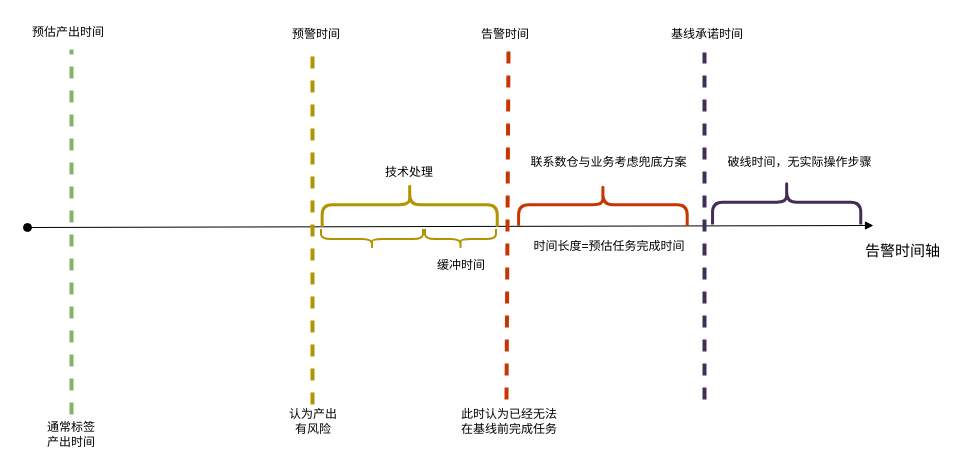
This is 离线标签基线告警图.drawio from 1418956397/JavaWeb-Project-Source-Share, a draw.io file, before an edit. Source tidied: cells renumbered, new cells numbered last; positions are measured from the earlier drawing's top-left corner, leaving out a move shared by most shapes. Both pictures are drawn from the tidied source at 100%, with x=0, y=0 at pixel (27, 17).
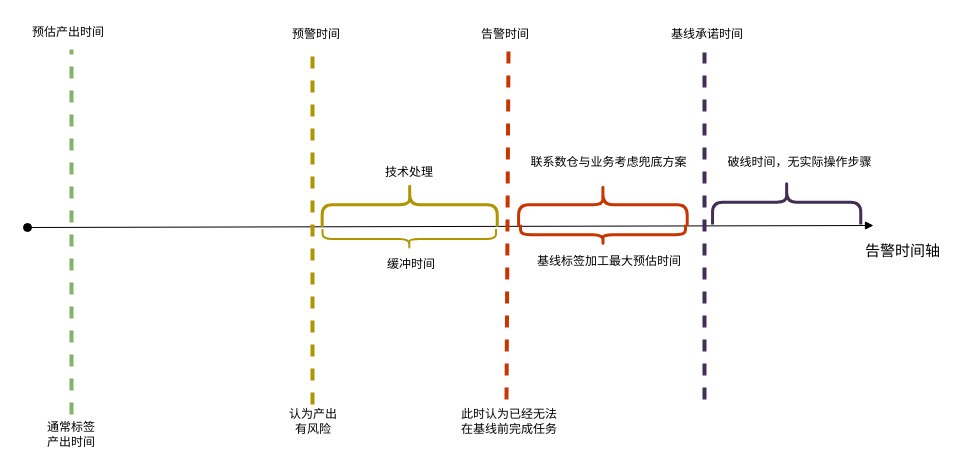
The same page after the edit.

Commit message:
更新离线标签基线告警图.drawio

Diff of the diagram source:
```diff
@@
-    <mxCell id="16" value="时间长度=预估任务完成时间" style="text;html=1;whiteSpace=wrap;strokeColor=none;fillColor=none;align=center;verticalAlign=middle;rounded=0;" parent="1" vertex="1">
-      <mxGeometry x="501.5" y="214" width="160" height="30" as="geometry" />
-    </mxCell>
     <mxCell id="17" style="shape=curlyBracket;whiteSpace=wrap;html=1;rounded=1;labelPosition=left;verticalLabelPosition=middle;align=right;verticalAlign=middle;rotation=-90;strokeWidth=2;fillColor=#e3c800;fontColor=#000000;strokeColor=#B09500;" parent="1" vertex="1">
-      <mxGeometry x="423" y="186" width="20" height="71" as="geometry" />
+      <mxGeometry x="371.8" y="134.8" width="20" height="173.5" as="geometry" />
     </mxCell>
-    <mxCell id="18" style="shape=curlyBracket;whiteSpace=wrap;html=1;rounded=1;labelPosition=left;verticalLabelPosition=middle;align=right;verticalAlign=middle;rotation=-90;strokeWidth=2;fillColor=#e3c800;fontColor=#000000;strokeColor=#B09500;" parent="1" vertex="1">
-      <mxGeometry x="334.5" y="170.5" width="20" height="102" as="geometry" />
-    </mxCell>
     <mxCell id="19" value="缓冲时间" style="text;html=1;whiteSpace=wrap;strokeColor=none;fillColor=none;align=center;verticalAlign=middle;rounded=0;" parent="1" vertex="1">
-      <mxGeometry x="404" y="233" width="60" height="30" as="geometry" />
+      <mxGeometry x="353.5" y="232" width="60" height="30" as="geometry" />
     </mxCell>
@@
+    <mxCell id="24" style="shape=curlyBracket;whiteSpace=wrap;html=1;rounded=1;labelPosition=left;verticalLabelPosition=middle;align=right;verticalAlign=middle;rotation=-90;fillColor=#fa6800;fontColor=#000000;strokeColor=#C73500;strokeWidth=3;" parent="1" vertex="1">
+      <mxGeometry x="565.5" y="134.8" width="20" height="165" as="geometry" />
+    </mxCell>
+    <mxCell id="25" value="基线标签加工最大预估时间" style="text;html=1;whiteSpace=wrap;strokeColor=none;fillColor=none;align=center;verticalAlign=middle;rounded=0;" parent="1" vertex="1">
+      <mxGeometry x="507.7" y="228.9" width="147.6" height="30" as="geometry" />
+    </mxCell>
```
